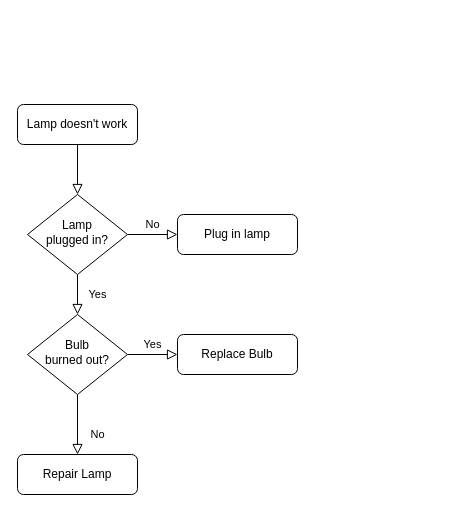
The draw.io diagram Untitled Diagram.drawio in mcchri/PROJECTLC2024COMPSCI, before the edit. Source tidied: cells renumbered, new cells numbered last; positions are measured from the earlier drawing's top-left corner, leaving out a move shared by most shapes. Both pictures are drawn from the tidied source at 100%, with x=0, y=0 at pixel (17, 104).
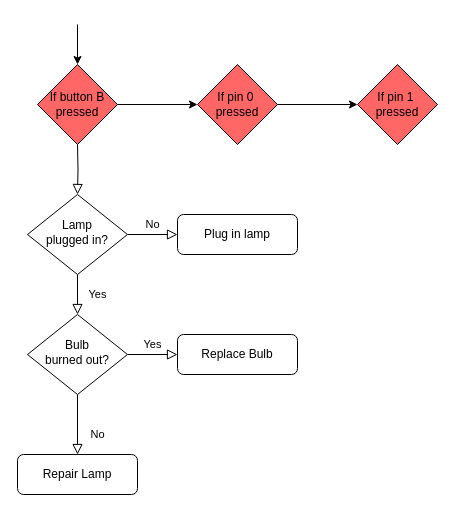
After the change.

Unchanged cells that the change refers to:
```xml
<mxCell id="6" value="Lamp&lt;br&gt;plugged in?" style="rhombus;whiteSpace=wrap;html=1;shadow=0;fontFamily=Helvetica;fontSize=12;align=center;strokeWidth=1;spacing=6;spacingTop=-4;" parent="1" vertex="1">
  <mxGeometry x="10" y="90" width="100" height="80" as="geometry" />
</mxCell>
```

Diff of the diagram source:
```diff
@@
-    <mxCell id="2" style="rounded=0;html=1;jettySize=auto;fontSize=11;endArrow=block;endFill=0;endSize=8;strokeWidth=1;shadow=0;labelBackgroundColor=none;edgeStyle=orthogonalEdgeStyle;" parent="1" edge="1" source="3" target="6">
-      <mxGeometry relative="1" as="geometry" />
+    <mxCell id="2" style="rounded=0;html=1;jettySize=auto;fontSize=11;endArrow=block;endFill=0;endSize=8;strokeWidth=1;shadow=0;labelBackgroundColor=none;edgeStyle=orthogonalEdgeStyle;" parent="1" edge="1" target="6">
+      <mxGeometry relative="1" as="geometry">
+        <mxPoint x="60" y="40" as="sourcePoint" />
+      </mxGeometry>
     </mxCell>
-    <mxCell id="3" value="Lamp doesn't work" style="rounded=1;whiteSpace=wrap;html=1;fontSize=12;glass=0;strokeWidth=1;shadow=0;" parent="1" vertex="1">
-      <mxGeometry width="120" height="40" as="geometry" />
-    </mxCell>
@@
+    <mxCell id="13" style="edgeStyle=orthogonalEdgeStyle;rounded=0;jettySize=auto;html=1;" parent="1" edge="1" source="14" target="17">
+      <mxGeometry relative="1" as="geometry" />
+    </mxCell>
+    <mxCell id="14" value="If button B pressed" style="rhombus;whiteSpace=wrap;html=1;fillColor=#FF6666;" parent="1" vertex="1">
+      <mxGeometry x="20" y="-40" width="80" height="80" as="geometry" />
+    </mxCell>
+    <mxCell id="15" style="endArrow=classic;html=1;rounded=0;entryX=0.5;entryY=0;entryDx=0;entryDy=0;" parent="1" edge="1" target="14">
+      <mxGeometry relative="1" as="geometry">
+        <mxPoint x="60" y="-80" as="sourcePoint" />
+        <Array as="points">
+          <mxPoint x="60" y="-80" />
+        </Array>
+      </mxGeometry>
+    </mxCell>
+    <mxCell id="16" style="edgeStyle=orthogonalEdgeStyle;rounded=0;jettySize=auto;html=1;" parent="1" edge="1" source="17" target="18">
+      <mxGeometry relative="1" as="geometry" />
+    </mxCell>
+    <mxCell id="17" value="If pin 0&amp;nbsp; pressed" style="rhombus;whiteSpace=wrap;html=1;fillColor=#FF6666;" parent="1" vertex="1">
+      <mxGeometry x="180" y="-40" width="80" height="80" as="geometry" />
+    </mxCell>
+    <mxCell id="18" value="If pin 1&amp;nbsp; pressed" style="rhombus;whiteSpace=wrap;html=1;fillColor=#FF6666;" parent="1" vertex="1">
+      <mxGeometry x="340" y="-40" width="80" height="80" as="geometry" />
+    </mxCell>
```
